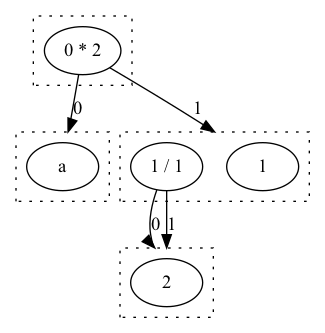
The Graphviz diagram demo.png in alt-romes/hegg, before a commit. Its source is kept beside it as demo.gv.
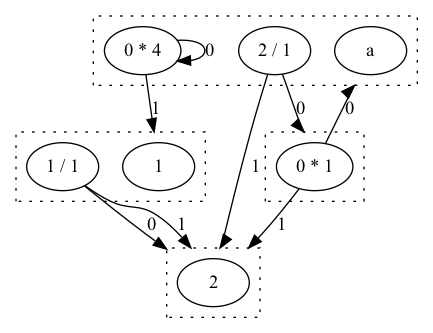
Above is the later version.

Diff of the diagram source:
```diff
@@ -4,6 +4,8 @@
     subgraph cluster_0 {
         graph [style=dotted];
         0.0 [label=a];
+        0.1 [label="0 * 4"];
+        0.2 [label="2 / 1"];
     }
     subgraph cluster_1 {
         graph [style=dotted];
@@ -11,19 +13,26 @@
     }
     subgraph cluster_2 {
         graph [style=dotted];
-        2.0 [label=1];
-        2.1 [label="1 / 1"];
+        2.0 [label="0 * 1"];
     }
-    subgraph cluster_3 {
+    subgraph cluster_4 {
         graph [style=dotted];
-        3.0 [label="0 * 2"];
+        4.0 [label=1];
+        4.1 [label="1 / 1"];
     }
-    2.1 -> 1.0 [lhead=cluster_1
+    0.1 -> 0.1 [label=0];
+    0.1 -> 4.0 [lhead=cluster_4
+               ,label=1];
+    0.2 -> 2.0 [lhead=cluster_2
                ,label=0];
-    2.1 -> 1.0 [lhead=cluster_1
+    0.2 -> 1.0 [lhead=cluster_1
                ,label=1];
-    3.0 -> 0.0 [lhead=cluster_0
+    2.0 -> 0.0 [lhead=cluster_0
                ,label=0];
-    3.0 -> 2.0 [lhead=cluster_2
+    2.0 -> 1.0 [lhead=cluster_1
+               ,label=1];
+    4.1 -> 1.0 [lhead=cluster_1
+               ,label=0];
+    4.1 -> 1.0 [lhead=cluster_1
                ,label=1];
 }
```
